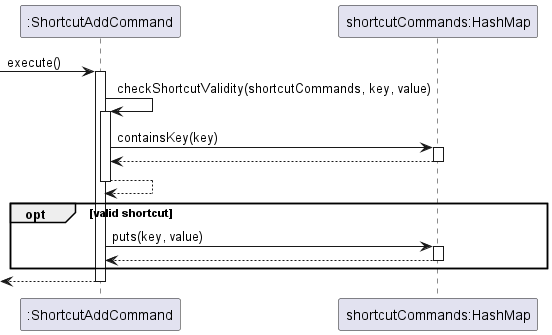
The PlantUML diagram docs/images/DeveloperGuide/ShortcutAddCommand.png in nus-cs2113-AY2223S2/tp, before a commit.
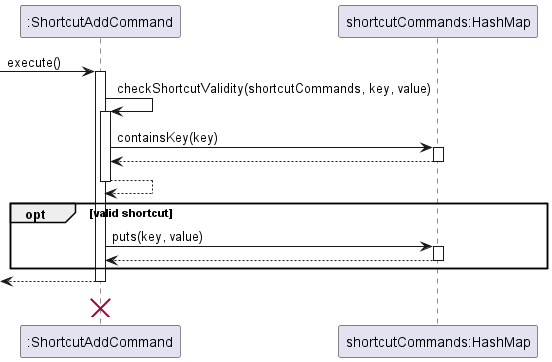
The same file after the commit.

What changed in the source:
```diff
@@ -11,26 +11,20 @@
 ShortcutAddCommand -> shortcutCommands : containsKey(key)
 activate shortcutCommands
 shortcutCommands --> ShortcutAddCommand
-
 deactivate shortcutCommands
-
 ShortcutAddCommand --> ShortcutAddCommand
 deactivate ShortcutAddCommand
 
-
-
 opt valid shortcut
-
-
 ShortcutAddCommand -> shortcutCommands : puts(key, value)
 activate shortcutCommands
 shortcutCommands --> ShortcutAddCommand
+deactivate shortcutCommands
+end
 
-deactivate shortcutCommands
-
-end
 [<--ShortcutAddCommand
 deactivate ShortcutAddCommand
-
+ShortcutAddCommand <-[hidden]- ShortcutAddCommand
+destroy ShortcutAddCommand
 
 @enduml
```
